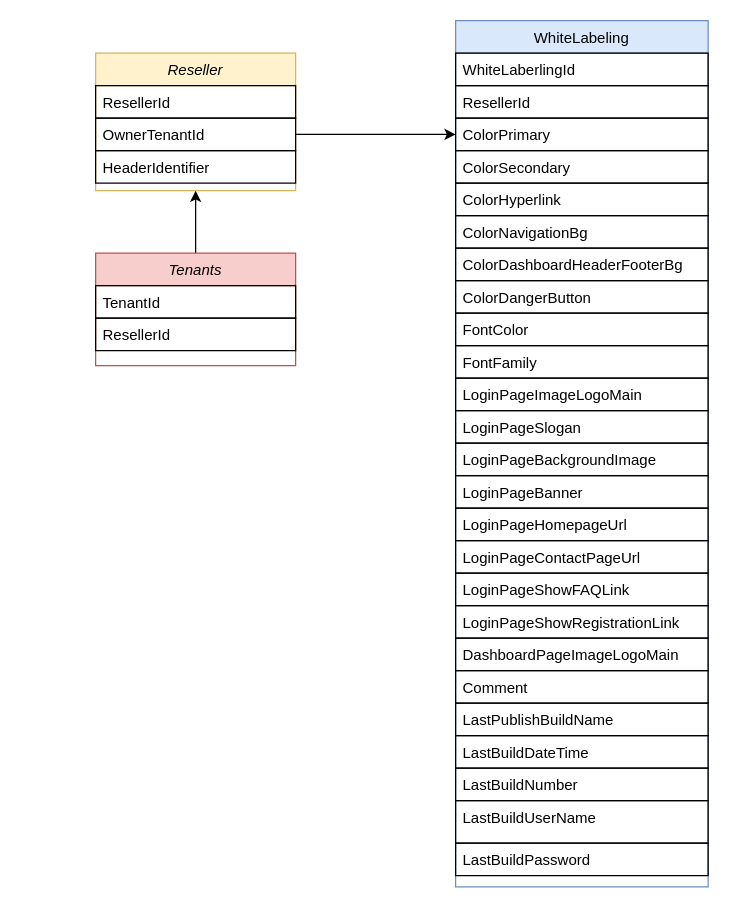
The draw.io diagram Unbenanntes Diagramm.drawio in sahar2550/.Net, before the edit. Source tidied: cells renumbered, new cells numbered last; positions are measured from the earlier drawing's top-left corner, leaving out a move shared by most shapes. Both pictures are drawn from the tidied source at 125%, with x=0, y=0 at pixel (95, 20).
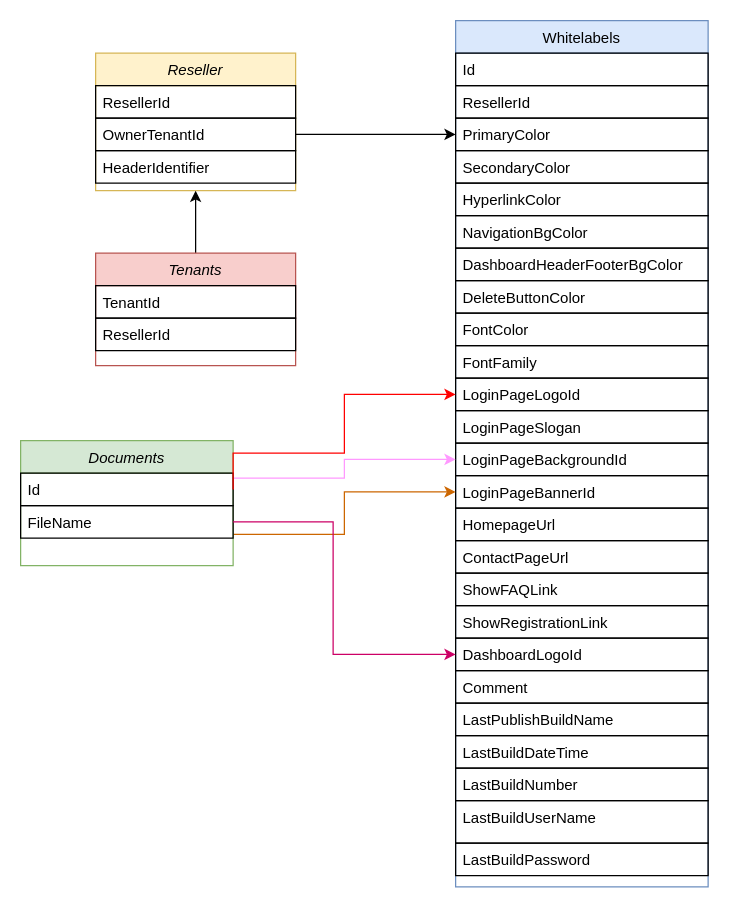
Above is the later version.

The edit, as a diff of the source:
```diff
@@
-    <mxCell id="6" value="WhiteLabeling" style="swimlane;fontStyle=0;align=center;verticalAlign=top;horizontal=1;startSize=26;rounded=0;shadow=0;strokeWidth=1;fillColor=#dae8fc;strokeColor=#6c8ebf;" parent="1" vertex="1">
+    <mxCell id="6" value="Whitelabels" style="swimlane;fontStyle=0;align=center;verticalAlign=top;horizontal=1;startSize=26;rounded=0;shadow=0;strokeWidth=1;fillColor=#dae8fc;strokeColor=#6c8ebf;" parent="1" vertex="1">
       <mxGeometry x="288" width="202" height="693" as="geometry" />
     </mxCell>
-    <mxCell id="7" value="WhiteLaberlingId" style="text;align=left;verticalAlign=top;spacingLeft=4;spacingRight=4;overflow=hidden;strokeColor=default;" parent="6" vertex="1">
+    <mxCell id="7" value="Id" style="text;align=left;verticalAlign=top;spacingLeft=4;spacingRight=4;overflow=hidden;strokeColor=default;" parent="6" vertex="1">
       <mxGeometry y="26" width="202" height="26" as="geometry" />
     </mxCell>
@@
-    <mxCell id="9" value="ColorPrimary" style="text;align=left;verticalAlign=top;spacingLeft=4;spacingRight=4;overflow=hidden;points=[[0,0.5],[1,0.5]];portConstraint=eastwest;rounded=0;shadow=0;html=0;strokeColor=default;" parent="6" vertex="1">
+    <mxCell id="9" value="PrimaryColor" style="text;align=left;verticalAlign=top;spacingLeft=4;spacingRight=4;overflow=hidden;points=[[0,0.5],[1,0.5]];portConstraint=eastwest;rounded=0;shadow=0;html=0;strokeColor=default;" parent="6" vertex="1">
       <mxGeometry y="78" width="202" height="26" as="geometry" />
     </mxCell>
-    <mxCell id="10" value="ColorSecondary" style="text;align=left;verticalAlign=top;spacingLeft=4;spacingRight=4;overflow=hidden;rounded=0;shadow=0;html=0;strokeColor=default;" parent="6" vertex="1">
+    <mxCell id="10" value="SecondaryColor" style="text;align=left;verticalAlign=top;spacingLeft=4;spacingRight=4;overflow=hidden;rounded=0;shadow=0;html=0;strokeColor=default;" parent="6" vertex="1">
       <mxGeometry y="104" width="202" height="26" as="geometry" />
     </mxCell>
-    <mxCell id="11" value="ColorHyperlink" style="text;align=left;verticalAlign=top;spacingLeft=4;spacingRight=4;overflow=hidden;rounded=0;shadow=0;html=0;strokeColor=default;" parent="6" vertex="1">
+    <mxCell id="11" value="HyperlinkColor" style="text;align=left;verticalAlign=top;spacingLeft=4;spacingRight=4;overflow=hidden;rounded=0;shadow=0;html=0;strokeColor=default;" parent="6" vertex="1">
       <mxGeometry y="130" width="202" height="26" as="geometry" />
     </mxCell>
-    <mxCell id="12" value="ColorNavigationBg" style="text;align=left;verticalAlign=top;spacingLeft=4;spacingRight=4;overflow=hidden;rounded=0;shadow=0;html=0;strokeColor=default;" parent="6" vertex="1">
+    <mxCell id="12" value="NavigationBgColor" style="text;align=left;verticalAlign=top;spacingLeft=4;spacingRight=4;overflow=hidden;rounded=0;shadow=0;html=0;strokeColor=default;" parent="6" vertex="1">
       <mxGeometry y="156" width="202" height="26" as="geometry" />
     </mxCell>
-    <mxCell id="13" value="ColorDashboardHeaderFooterBg" style="text;align=left;verticalAlign=top;spacingLeft=4;spacingRight=4;overflow=hidden;rounded=0;shadow=0;html=0;strokeColor=default;" parent="6" vertex="1">
+    <mxCell id="13" value="DashboardHeaderFooterBgColor" style="text;align=left;verticalAlign=top;spacingLeft=4;spacingRight=4;overflow=hidden;rounded=0;shadow=0;html=0;strokeColor=default;" parent="6" vertex="1">
       <mxGeometry y="182" width="202" height="26" as="geometry" />
     </mxCell>
-    <mxCell id="14" value="ColorDangerButton" style="text;align=left;verticalAlign=top;spacingLeft=4;spacingRight=4;overflow=hidden;rounded=0;shadow=0;html=0;strokeColor=default;" parent="6" vertex="1">
+    <mxCell id="14" value="DeleteButtonColor" style="text;align=left;verticalAlign=top;spacingLeft=4;spacingRight=4;overflow=hidden;rounded=0;shadow=0;html=0;strokeColor=default;" parent="6" vertex="1">
       <mxGeometry y="208" width="202" height="26" as="geometry" />
     </mxCell>
@@
-    <mxCell id="17" value="LoginPageImageLogoMain" style="text;align=left;verticalAlign=top;spacingLeft=4;spacingRight=4;overflow=hidden;points=[[0,0.5],[1,0.5]];portConstraint=eastwest;rounded=0;shadow=0;html=0;strokeColor=default;" parent="6" vertex="1">
+    <mxCell id="17" value="LoginPageLogoId" style="text;align=left;verticalAlign=top;spacingLeft=4;spacingRight=4;overflow=hidden;points=[[0,0.5],[1,0.5]];portConstraint=eastwest;rounded=0;shadow=0;html=0;strokeColor=default;" parent="6" vertex="1">
       <mxGeometry y="286" width="202" height="26" as="geometry" />
     </mxCell>
@@
-    <mxCell id="19" value="LoginPageBackgroundImage" style="text;align=left;verticalAlign=top;spacingLeft=4;spacingRight=4;overflow=hidden;points=[[0,0.5],[1,0.5]];portConstraint=eastwest;rounded=0;shadow=0;html=0;strokeColor=default;" parent="6" vertex="1">
+    <mxCell id="19" value="LoginPageBackgroundId" style="text;align=left;verticalAlign=top;spacingLeft=4;spacingRight=4;overflow=hidden;points=[[0,0.5],[1,0.5]];portConstraint=eastwest;rounded=0;shadow=0;html=0;strokeColor=default;" parent="6" vertex="1">
       <mxGeometry y="338" width="202" height="26" as="geometry" />
     </mxCell>
-    <mxCell id="20" value="LoginPageBanner" style="text;align=left;verticalAlign=top;spacingLeft=4;spacingRight=4;overflow=hidden;points=[[0,0.5],[1,0.5]];portConstraint=eastwest;rounded=0;shadow=0;html=0;strokeColor=default;" parent="6" vertex="1">
+    <mxCell id="20" value="LoginPageBannerId" style="text;align=left;verticalAlign=top;spacingLeft=4;spacingRight=4;overflow=hidden;points=[[0,0.5],[1,0.5]];portConstraint=eastwest;rounded=0;shadow=0;html=0;strokeColor=default;" parent="6" vertex="1">
       <mxGeometry y="364" width="202" height="26" as="geometry" />
     </mxCell>
-    <mxCell id="21" value="LoginPageHomepageUrl" style="text;align=left;verticalAlign=top;spacingLeft=4;spacingRight=4;overflow=hidden;rounded=0;shadow=0;html=0;strokeColor=default;" parent="6" vertex="1">
+    <mxCell id="21" value="HomepageUrl" style="text;align=left;verticalAlign=top;spacingLeft=4;spacingRight=4;overflow=hidden;rounded=0;shadow=0;html=0;strokeColor=default;" parent="6" vertex="1">
       <mxGeometry y="390" width="202" height="26" as="geometry" />
     </mxCell>
-    <mxCell id="22" value="LoginPageContactPageUrl" style="text;align=left;verticalAlign=top;spacingLeft=4;spacingRight=4;overflow=hidden;rounded=0;shadow=0;html=0;strokeColor=default;" parent="6" vertex="1">
+    <mxCell id="22" value="ContactPageUrl" style="text;align=left;verticalAlign=top;spacingLeft=4;spacingRight=4;overflow=hidden;rounded=0;shadow=0;html=0;strokeColor=default;" parent="6" vertex="1">
       <mxGeometry y="416" width="202" height="26" as="geometry" />
     </mxCell>
-    <mxCell id="23" value="LoginPageShowFAQLink" style="text;align=left;verticalAlign=top;spacingLeft=4;spacingRight=4;overflow=hidden;rounded=0;shadow=0;html=0;strokeColor=default;" parent="6" vertex="1">
+    <mxCell id="23" value="ShowFAQLink" style="text;align=left;verticalAlign=top;spacingLeft=4;spacingRight=4;overflow=hidden;rounded=0;shadow=0;html=0;strokeColor=default;" parent="6" vertex="1">
       <mxGeometry y="442" width="202" height="26" as="geometry" />
     </mxCell>
-    <mxCell id="24" value="LoginPageShowRegistrationLink" style="text;align=left;verticalAlign=top;spacingLeft=4;spacingRight=4;overflow=hidden;rounded=0;shadow=0;html=0;strokeColor=default;" parent="6" vertex="1">
+    <mxCell id="24" value="ShowRegistrationLink" style="text;align=left;verticalAlign=top;spacingLeft=4;spacingRight=4;overflow=hidden;rounded=0;shadow=0;html=0;strokeColor=default;" parent="6" vertex="1">
       <mxGeometry y="468" width="202" height="26" as="geometry" />
     </mxCell>
-    <mxCell id="25" value="DashboardPageImageLogoMain" style="text;align=left;verticalAlign=top;spacingLeft=4;spacingRight=4;overflow=hidden;points=[[0,0.5],[1,0.5]];portConstraint=eastwest;rounded=0;shadow=0;html=0;strokeColor=default;" parent="6" vertex="1">
+    <mxCell id="25" value="DashboardLogoId" style="text;align=left;verticalAlign=top;spacingLeft=4;spacingRight=4;overflow=hidden;points=[[0,0.5],[1,0.5]];portConstraint=eastwest;rounded=0;shadow=0;html=0;strokeColor=default;" parent="6" vertex="1">
       <mxGeometry y="494" width="202" height="26" as="geometry" />
     </mxCell>
@@
+    <mxCell id="37" style="edgeStyle=orthogonalEdgeStyle;rounded=0;jettySize=auto;html=1;entryX=0;entryY=0.5;entryDx=0;entryDy=0;strokeColor=#FF99FF;" parent="1" edge="1" source="39" target="19">
+      <mxGeometry relative="1" as="geometry">
+        <Array as="points">
+          <mxPoint x="199" y="366" />
+          <mxPoint x="199" y="351" />
+        </Array>
+      </mxGeometry>
+    </mxCell>
+    <mxCell id="38" style="edgeStyle=orthogonalEdgeStyle;rounded=0;jettySize=auto;html=1;exitX=1;exitY=0.75;exitDx=0;exitDy=0;entryX=0;entryY=0.5;entryDx=0;entryDy=0;strokeColor=#CC6600;" parent="1" edge="1" source="39" target="20">
+      <mxGeometry relative="1" as="geometry" />
+    </mxCell>
+    <mxCell id="39" value="Documents" style="swimlane;fontStyle=2;align=center;verticalAlign=top;horizontal=1;startSize=26;rounded=0;shadow=0;strokeWidth=1;fillColor=#d5e8d4;strokeColor=#82b366;" parent="1" vertex="1">
+      <mxGeometry x="-60" y="336" width="170" height="100" as="geometry" />
+    </mxCell>
+    <mxCell id="40" value="Id" style="text;align=left;verticalAlign=top;spacingLeft=4;spacingRight=4;overflow=hidden;points=[[0,0.5],[1,0.5]];portConstraint=eastwest;strokeColor=default;" parent="39" vertex="1">
+      <mxGeometry y="26" width="170" height="26" as="geometry" />
+    </mxCell>
+    <mxCell id="41" value="FileName" style="text;align=left;verticalAlign=top;spacingLeft=4;spacingRight=4;overflow=hidden;points=[[0,0.5],[1,0.5]];portConstraint=eastwest;rounded=0;shadow=0;html=0;strokeColor=default;" parent="39" vertex="1">
+      <mxGeometry y="52" width="170" height="26" as="geometry" />
+    </mxCell>
+    <mxCell id="42" style="edgeStyle=orthogonalEdgeStyle;rounded=0;jettySize=auto;html=1;exitX=1;exitY=0.5;exitDx=0;exitDy=0;entryX=0;entryY=0.5;entryDx=0;entryDy=0;strokeColor=#FF0000;" parent="1" edge="1" source="40" target="17">
+      <mxGeometry relative="1" as="geometry">
+        <Array as="points">
+          <mxPoint x="110" y="346" />
+          <mxPoint x="199" y="346" />
+          <mxPoint x="199" y="299" />
+        </Array>
+      </mxGeometry>
+    </mxCell>
+    <mxCell id="43" style="edgeStyle=orthogonalEdgeStyle;rounded=0;jettySize=auto;html=1;exitX=1;exitY=0.5;exitDx=0;exitDy=0;entryX=0;entryY=0.5;entryDx=0;entryDy=0;strokeColor=#CC0066;" parent="1" edge="1" source="41" target="25">
+      <mxGeometry relative="1" as="geometry">
+        <Array as="points">
+          <mxPoint x="190" y="401" />
+          <mxPoint x="190" y="507" />
+        </Array>
+      </mxGeometry>
+    </mxCell>
```
